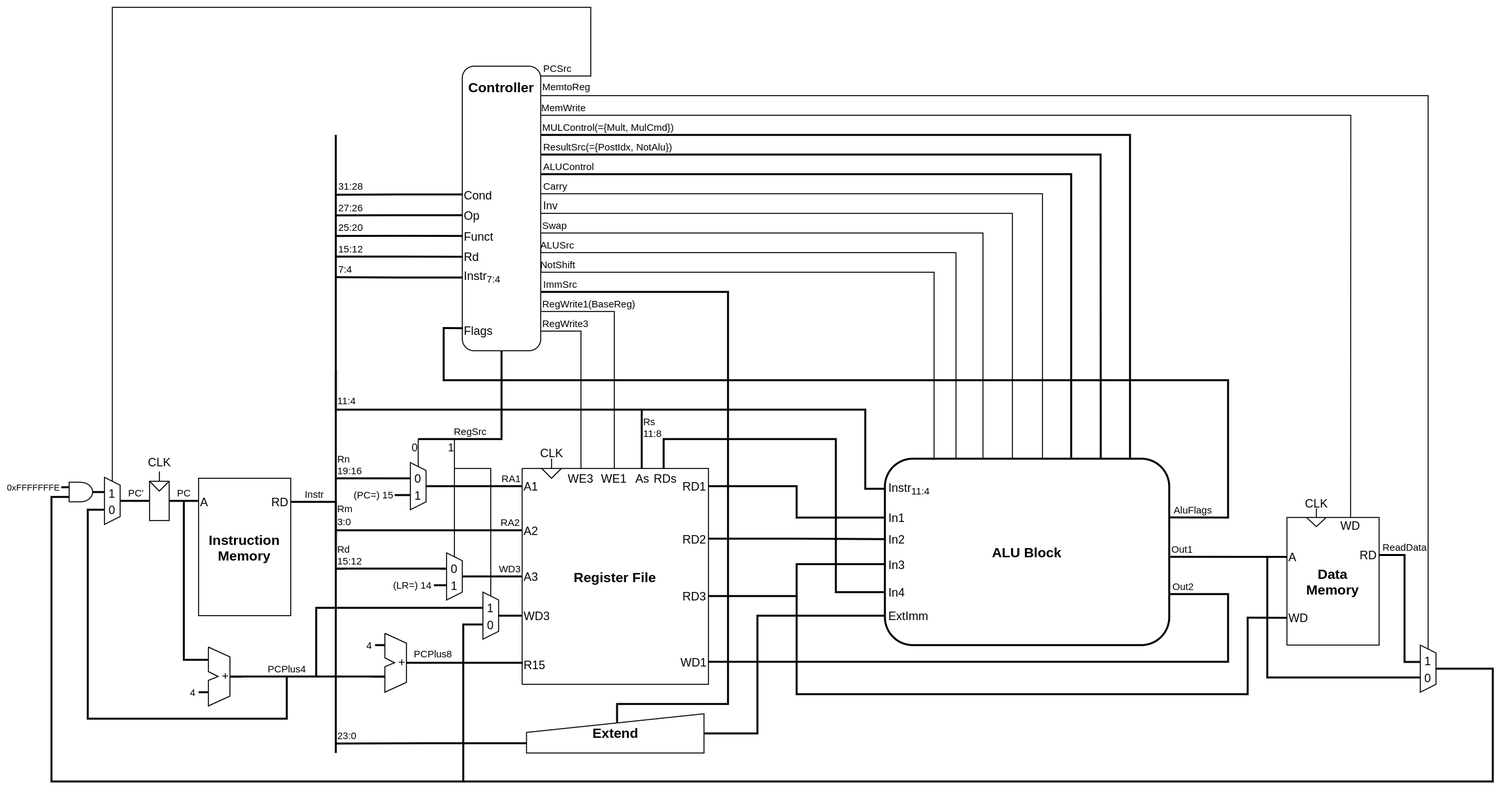
Earlier version of the draw.io export asset/arm_cpu_diagram.drawio.png (takah29/arm-cpu). Source tidied: cells renumbered, new cells last; positions are measured from the earlier drawing's top-left corner, leaving out a move shared by most shapes.
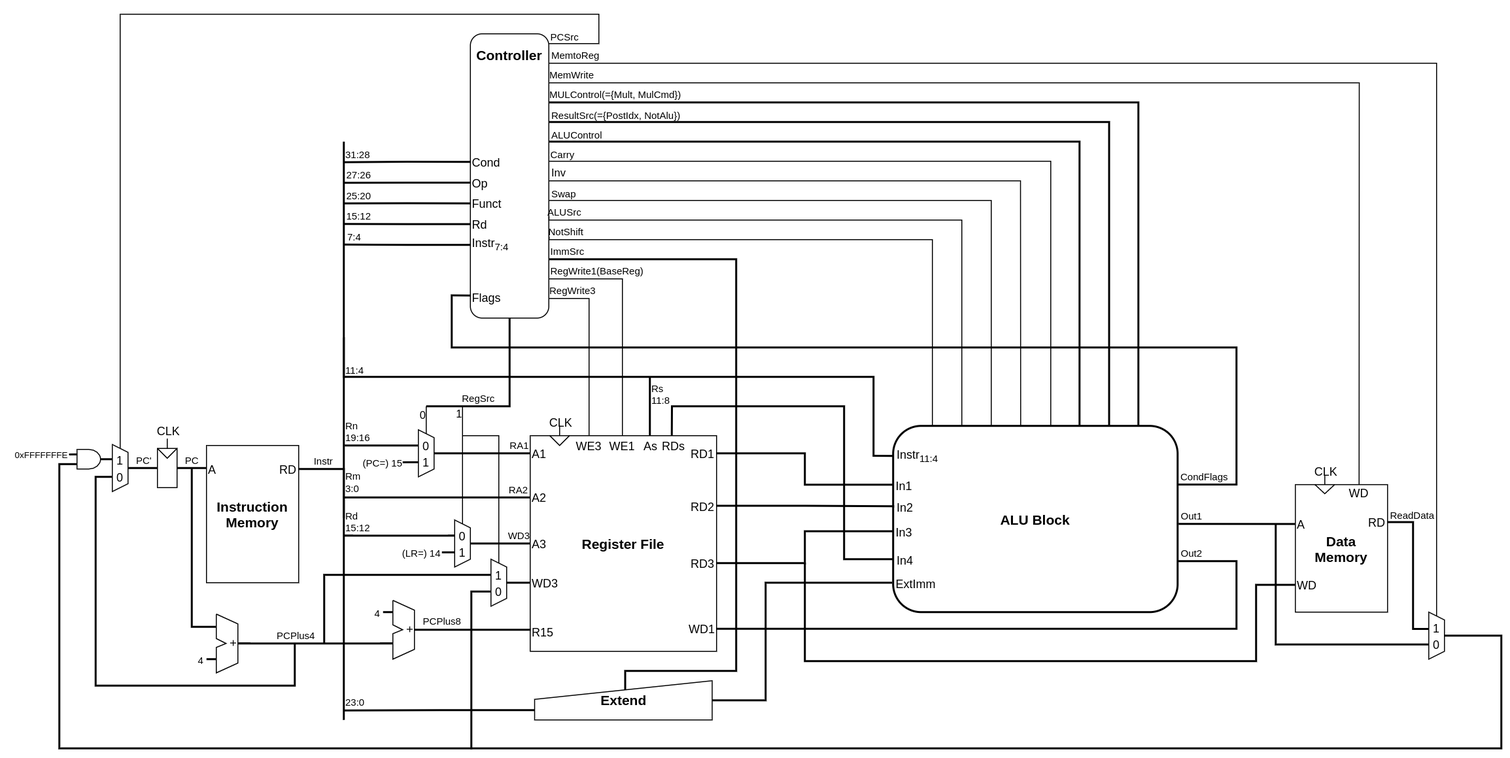
Above is the later version.

Commit message:
回路図を修正

Change to the diagram source:
```diff
@@ -66,7 +66,7 @@
     <mxCell id="15" style="endArrow=none;html=1;strokeWidth=2;" parent="1" edge="1">
       <mxGeometry relative="1" as="geometry">
         <mxPoint x="290" y="760" as="sourcePoint" />
-        <mxPoint x="290" y="130" as="targetPoint" />
+        <mxPoint x="290" y="170" as="targetPoint" />
       </mxGeometry>
     </mxCell>
     <mxCell id="16" style="group;" parent="1" vertex="1">
@@ -228,9 +228,9 @@
         </Array>
       </mxGeometry>
     </mxCell>
-    <mxCell id="47" value="AluFlags" style="edgeLabel;html=1;align=center;verticalAlign=bottom;fontSize=10;labelBackgroundColor=none;" parent="46" vertex="1">
+    <mxCell id="47" value="CondFlags" style="edgeLabel;html=1;align=center;verticalAlign=bottom;fontSize=10;labelBackgroundColor=none;" parent="46" vertex="1">
       <mxGeometry x="-0.96" relative="1" as="geometry">
-        <mxPoint x="-1" as="offset" />
+        <mxPoint x="2" as="offset" />
       </mxGeometry>
     </mxCell>
     <mxCell id="48" style="edgeStyle=orthogonalEdgeStyle;rounded=0;jettySize=auto;html=1;exitX=1;exitY=0.5;exitDx=0;exitDy=0;endArrow=none;endFill=0;strokeWidth=2;" parent="1" edge="1" source="52">
@@ -304,7 +304,7 @@
     </mxCell>
     <mxCell id="62" value="&lt;font style=&quot;font-size: 10px&quot;&gt;ReadData&lt;/font&gt;" style="edgeLabel;html=1;align=center;verticalAlign=bottom;fontSize=7;labelBackgroundColor=none;" parent="61" vertex="1">
       <mxGeometry x="-0.64" y="-1" relative="1" as="geometry">
-        <mxPoint x="0.3" y="-1" as="offset" />
+        <mxPoint x="-0.7" y="-1" as="offset" />
       </mxGeometry>
     </mxCell>
     <mxCell id="63" style="edgeStyle=orthogonalEdgeStyle;rounded=0;jettySize=auto;html=1;exitX=0.687;exitY=0.994;exitDx=0;exitDy=0;endArrow=none;endFill=0;exitPerimeter=0;strokeWidth=2;" parent="1" edge="1" source="58">
@@ -345,10 +345,12 @@
         <mxPoint x="-23.3" y="-0.1" as="offset" />
       </mxGeometry>
     </mxCell>
-    <mxCell id="68" style="edgeStyle=orthogonalEdgeStyle;rounded=0;jettySize=auto;html=1;endArrow=none;endFill=0;strokeWidth=1;fontSize=10;exitX=0.25;exitY=0;exitDx=0;exitDy=0;entryX=1.002;entryY=0.643;entryDx=0;entryDy=0;entryPerimeter=0;" parent="1" edge="1" source="2" target="17">
+    <mxCell id="68" style="edgeStyle=orthogonalEdgeStyle;rounded=0;jettySize=auto;html=1;endArrow=none;endFill=0;strokeWidth=1;fontSize=10;entryX=1.002;entryY=0.643;entryDx=0;entryDy=0;entryPerimeter=0;" parent="1" edge="1" target="17">
       <mxGeometry relative="1" as="geometry">
+        <mxPoint x="920" y="460" as="sourcePoint" />
         <Array as="points">
-          <mxPoint x="923" y="250" />
+          <mxPoint x="920" y="460" />
+          <mxPoint x="920" y="250" />
           <mxPoint x="499" y="250" />
         </Array>
       </mxGeometry>
@@ -706,10 +708,9 @@
       <mxGeometry relative="1" as="geometry">
         <mxPoint x="499" y="70" as="targetPoint" />
         <Array as="points">
-          <mxPoint x="62" />
-          <mxPoint x="550" />
+          <mxPoint x="62" y="40" />
+          <mxPoint x="550" y="40" />
           <mxPoint x="550" y="70" />
-          <mxPoint x="499" y="70" />
         </Array>
       </mxGeometry>
     </mxCell>
@@ -936,10 +937,12 @@
         </Array>
       </mxGeometry>
     </mxCell>
-    <mxCell id="184" style="edgeStyle=orthogonalEdgeStyle;rounded=0;jettySize=auto;html=1;endArrow=none;endFill=0;strokeWidth=1;fontSize=10;exitX=0.173;exitY=0.004;exitDx=0;exitDy=0;exitPerimeter=0;entryX=1.004;entryY=0.714;entryDx=0;entryDy=0;entryPerimeter=0;" parent="1" edge="1" source="2" target="17">
+    <mxCell id="184" style="edgeStyle=orthogonalEdgeStyle;rounded=0;jettySize=auto;html=1;endArrow=none;endFill=0;strokeWidth=1;fontSize=10;entryX=1.004;entryY=0.714;entryDx=0;entryDy=0;entryPerimeter=0;" parent="1" edge="1" target="17">
       <mxGeometry relative="1" as="geometry">
+        <mxPoint x="890" y="460" as="sourcePoint" />
         <Array as="points">
-          <mxPoint x="900" y="270" />
+          <mxPoint x="890" y="461" />
+          <mxPoint x="890" y="270" />
           <mxPoint x="499" y="270" />
         </Array>
       </mxGeometry>
```
